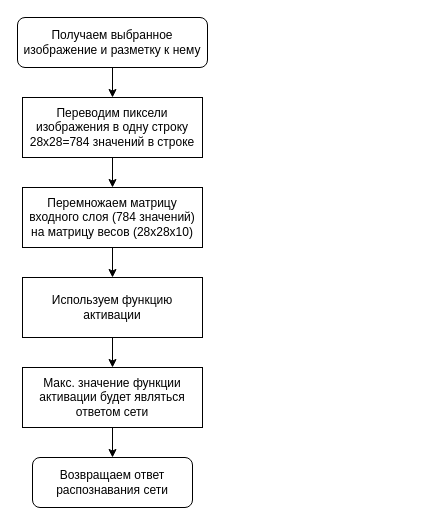
Above: L3/_other/L3_Recognition.drawio in BouRHooD/mpu_224-322_intelligent_systems_design (draw.io), before the change. Source tidied: cells renumbered, new cells numbered last; positions are measured from the earlier drawing's top-left corner, leaving out a move shared by most shapes. Both pictures are drawn from the tidied source at 100%, with x=0, y=0 at pixel (17, 17).
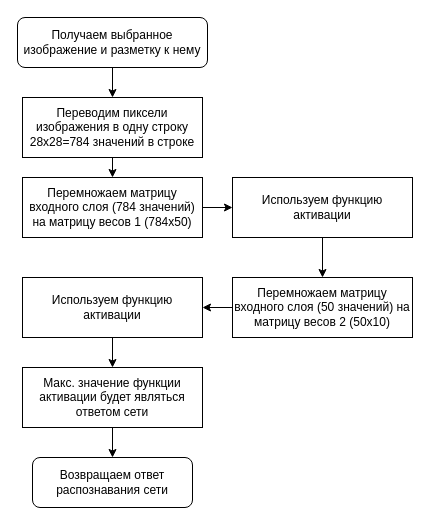
Above is the later version.

What changed in the source:
```diff
@@
 <mxGraphModel>
   <root>
     <mxCell id="0" />
     <mxCell id="1" parent="0" />
     <mxCell id="2" style="edgeStyle=orthogonalEdgeStyle;rounded=0;jettySize=auto;html=1;entryX=0.5;entryY=0;entryDx=0;entryDy=0;" parent="1" edge="1" source="3" target="5">
       <mxGeometry relative="1" as="geometry" />
     </mxCell>
     <mxCell id="3" value="Получаем выбранное изображение и разметку к нему" style="rounded=1;whiteSpace=wrap;html=1;" parent="1" vertex="1">
       <mxGeometry width="190" height="50" as="geometry" />
     </mxCell>
-    <mxCell id="4" style="edgeStyle=orthogonalEdgeStyle;rounded=0;jettySize=auto;html=1;entryX=0.5;entryY=0;entryDx=0;entryDy=0;" parent="1" edge="1" source="5" target="7">
-      <mxGeometry relative="1" as="geometry" />
-    </mxCell>
+    <mxCell id="13" style="edgeStyle=orthogonalEdgeStyle;rounded=0;jettySize=auto;html=1;exitX=0.5;exitY=1;exitDx=0;exitDy=0;entryX=0.5;entryY=0;entryDx=0;entryDy=0;" parent="1" edge="1" source="5" target="15">
+      <mxGeometry relative="1" as="geometry" />
+    </mxCell>
     <mxCell id="5" value="Переводим пиксели изображения в одну строку 28х28=784 значений в строке" style="rounded=0;whiteSpace=wrap;html=1;" parent="1" vertex="1">
       <mxGeometry x="5" y="80" width="180" height="60" as="geometry" />
     </mxCell>
-    <mxCell id="6" style="edgeStyle=orthogonalEdgeStyle;rounded=0;jettySize=auto;html=1;entryX=0.5;entryY=0;entryDx=0;entryDy=0;" parent="1" edge="1" source="7" target="9">
-      <mxGeometry relative="1" as="geometry" />
-    </mxCell>
-    <mxCell id="7" value="Перемножаем матрицу входного слоя (784 значений) на матрицу весов (28х28х10)" style="rounded=0;whiteSpace=wrap;html=1;" parent="1" vertex="1">
-      <mxGeometry x="5" y="170" width="180" height="60" as="geometry" />
-    </mxCell>
-    <mxCell id="8" style="edgeStyle=orthogonalEdgeStyle;rounded=0;jettySize=auto;html=1;entryX=0.5;entryY=0;entryDx=0;entryDy=0;" parent="1" edge="1" source="9" target="11">
-      <mxGeometry relative="1" as="geometry" />
-    </mxCell>
-    <mxCell id="9" value="Используем функцию активации" style="rounded=0;whiteSpace=wrap;html=1;" parent="1" vertex="1">
-      <mxGeometry x="5" y="260" width="180" height="60" as="geometry" />
-    </mxCell>
     <mxCell id="10" style="edgeStyle=orthogonalEdgeStyle;rounded=0;jettySize=auto;html=1;entryX=0.5;entryY=0;entryDx=0;entryDy=0;" parent="1" edge="1" source="11" target="12">
       <mxGeometry relative="1" as="geometry" />
     </mxCell>
     <mxCell id="11" value="Макс. значение функции активации будет являться ответом сети" style="rounded=0;whiteSpace=wrap;html=1;" parent="1" vertex="1">
       <mxGeometry x="5" y="350" width="180" height="60" as="geometry" />
     </mxCell>
     <mxCell id="12" value="Возвращаем ответ распознавания сети" style="rounded=1;whiteSpace=wrap;html=1;" parent="1" vertex="1">
       <mxGeometry x="15" y="440" width="160" height="50" as="geometry" />
     </mxCell>
+    <mxCell id="14" style="edgeStyle=orthogonalEdgeStyle;rounded=0;jettySize=auto;html=1;entryX=0;entryY=0.5;entryDx=0;entryDy=0;" parent="1" edge="1" source="15" target="17">
+      <mxGeometry relative="1" as="geometry" />
+    </mxCell>
+    <mxCell id="15" value="Перемножаем матрицу входного слоя (784 значений) на матрицу весов 1 (784х50)" style="rounded=0;whiteSpace=wrap;html=1;" parent="1" vertex="1">
+      <mxGeometry x="5" y="160" width="180" height="60" as="geometry" />
+    </mxCell>
+    <mxCell id="16" style="edgeStyle=orthogonalEdgeStyle;rounded=0;jettySize=auto;html=1;" parent="1" edge="1" source="17" target="19">
+      <mxGeometry relative="1" as="geometry" />
+    </mxCell>
+    <mxCell id="17" value="Используем функцию активации" style="rounded=0;whiteSpace=wrap;html=1;" parent="1" vertex="1">
+      <mxGeometry x="215" y="160" width="180" height="60" as="geometry" />
+    </mxCell>
+    <mxCell id="18" style="edgeStyle=orthogonalEdgeStyle;rounded=0;jettySize=auto;html=1;exitX=0;exitY=0.5;exitDx=0;exitDy=0;entryX=1;entryY=0.5;entryDx=0;entryDy=0;" parent="1" edge="1" source="19" target="9">
+      <mxGeometry relative="1" as="geometry" />
+    </mxCell>
+    <mxCell id="19" value="Перемножаем матрицу входного слоя (50 значений) на матрицу весов 2 (50х10)" style="rounded=0;whiteSpace=wrap;html=1;" parent="1" vertex="1">
+      <mxGeometry x="215" y="260" width="180" height="60" as="geometry" />
+    </mxCell>
+    <mxCell id="8" style="edgeStyle=orthogonalEdgeStyle;rounded=0;jettySize=auto;html=1;entryX=0.5;entryY=0;entryDx=0;entryDy=0;" parent="1" edge="1" source="9" target="11">
+      <mxGeometry relative="1" as="geometry" />
+    </mxCell>
+    <mxCell id="9" value="Используем функцию активации" style="rounded=0;whiteSpace=wrap;html=1;" parent="1" vertex="1">
+      <mxGeometry x="5" y="260" width="180" height="60" as="geometry" />
+    </mxCell>
   </root>
 </mxGraphModel>
```
